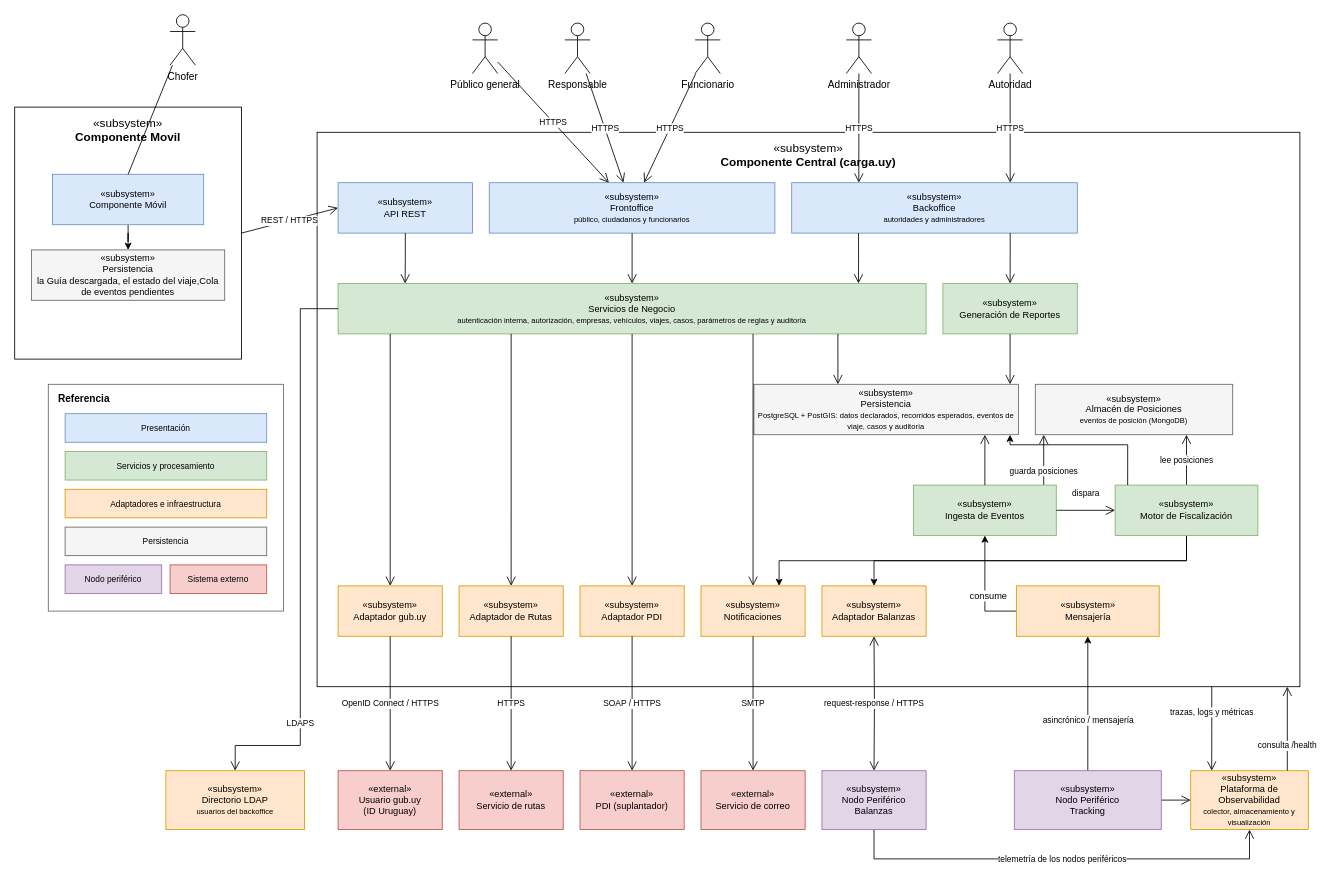
This is docs/informe/fuentes-drawio/carga-uy-vista-logica-v3.drawio from LucasLazogue/TSE-carga-uy, a draw.io file, before an edit. Source tidied: cells renumbered, new cells numbered last; positions are measured from the earlier drawing's top-left corner, leaving out a move shared by most shapes. Both pictures are drawn from the tidied source at 84%, with x=0, y=0 at pixel (14, 14).
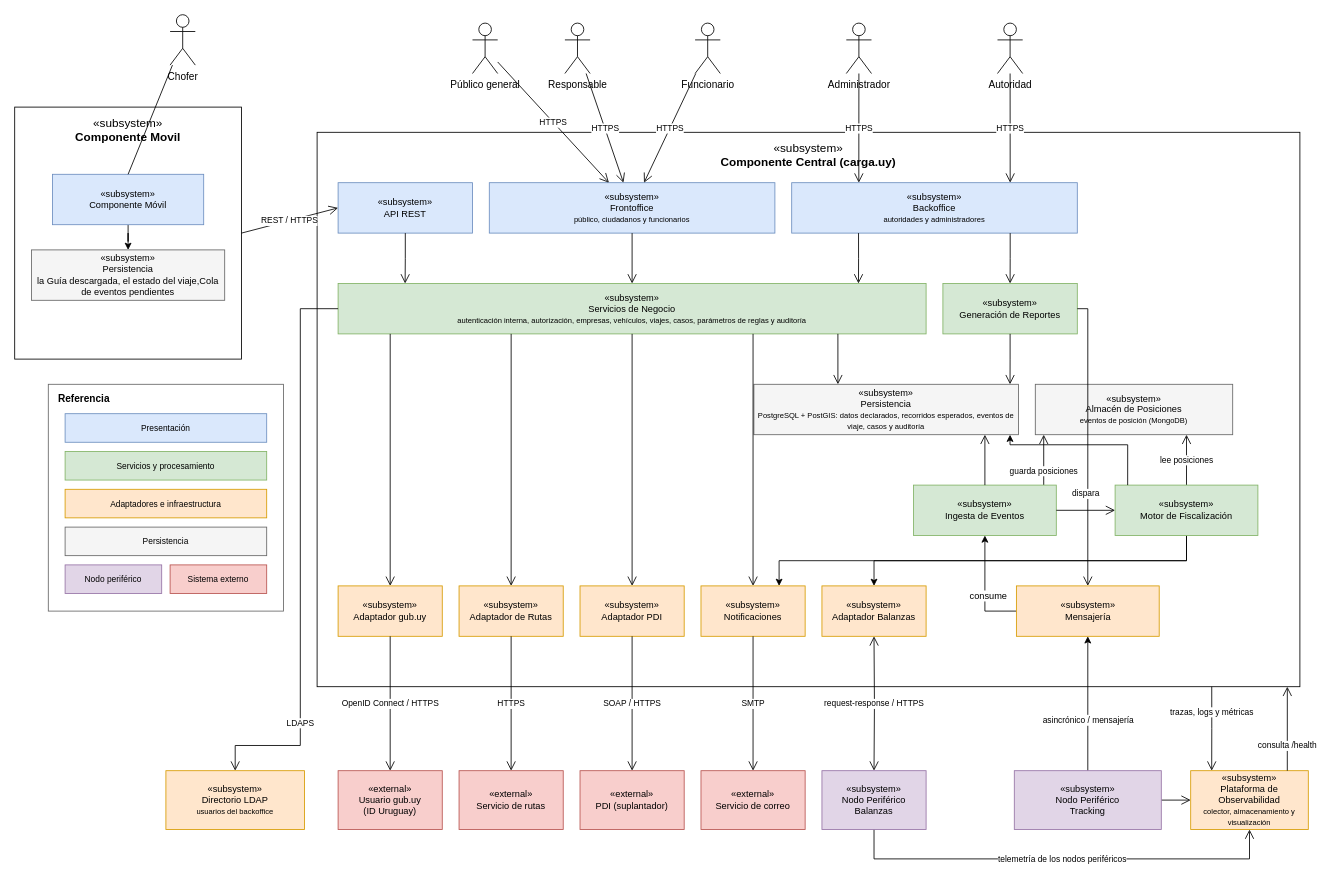
The same diagram, later.

The change refers to these unchanged cells:
```xml
<mxCell id="9" value="&amp;laquo;subsystem&amp;raquo;&lt;br&gt;Generación de Reportes" style="rounded=0;whiteSpace=wrap;html=1;fillColor=#d5e8d4;strokeColor=#82b366;fontSize=11;" parent="1" vertex="1">
  <mxGeometry x="1105" y="320" width="160" height="60" as="geometry" />
</mxCell>
<mxCell id="27" value="&amp;laquo;subsystem&amp;raquo;&lt;br&gt;Mensajería" style="rounded=0;whiteSpace=wrap;html=1;fillColor=#ffe6cc;strokeColor=#d79b00;fontSize=11;" parent="1" vertex="1">
  <mxGeometry x="1192.5" y="680" width="170" height="60" as="geometry" />
</mxCell>
```

Change to the diagram source:
```diff
@@
+    <mxCell id="81" style="endArrow=open;endSize=9;html=1;rounded=0;edgeStyle=orthogonalEdgeStyle;exitX=1;exitY=0.5;exitDx=0;exitDy=0;entryX=0.5;entryY=0;entryDx=0;entryDy=0;" parent="1" edge="1" source="9" target="27">
+      <mxGeometry relative="1" as="geometry" />
+    </mxCell>
```
